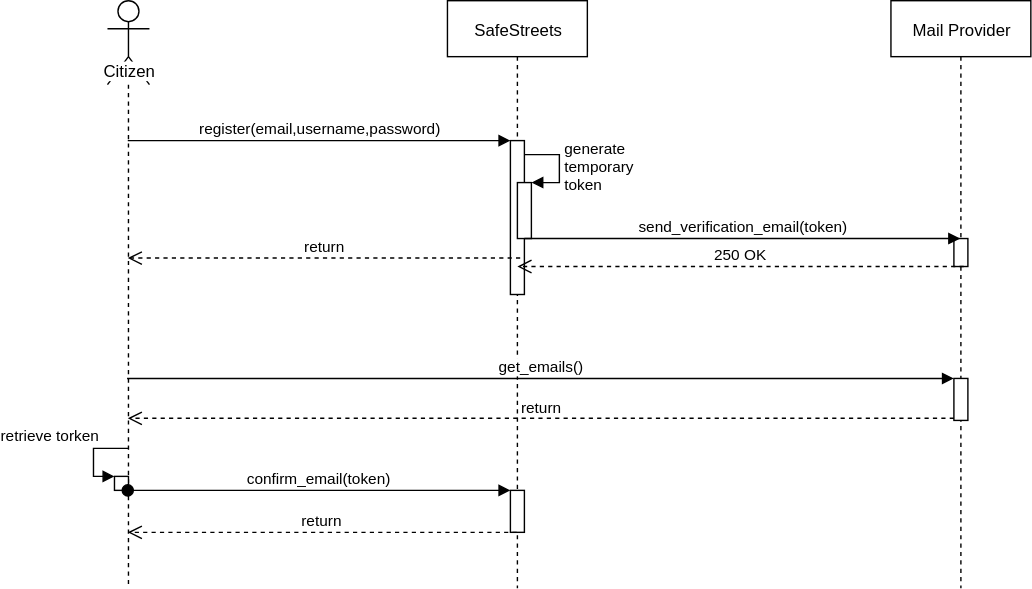
University-Projects-Secco/RahbariSecco keeps this draw.io diagram as UML/Register_Citizen_Sequence_Diagram.svg. Above is the earlier version. Source tidied: cells renumbered, new cells last; positions are measured from the earlier drawing's top-left corner, leaving out a move shared by most shapes. The source it was exported from:
```xml
<mxGraphModel>
  <root>
    <mxCell id="0" />
    <mxCell id="1" parent="0" />
    <mxCell id="2" value="SafeStreets" style="shape=umlLifeline;perimeter=lifelinePerimeter;whiteSpace=wrap;html=1;outlineConnect=0;" parent="1" vertex="1">
      <mxGeometry x="253" width="100" height="420" as="geometry" />
    </mxCell>
    <mxCell id="3" style="html=1;points=[];perimeter=orthogonalPerimeter;" parent="2" vertex="1">
      <mxGeometry x="45" y="100" width="10" height="110" as="geometry" />
    </mxCell>
    <mxCell id="4" style="html=1;points=[];perimeter=orthogonalPerimeter;" parent="2" vertex="1">
      <mxGeometry x="50" y="130" width="10" height="40" as="geometry" />
    </mxCell>
    <mxCell id="5" value="generate&lt;br&gt;temporary&lt;br&gt;token" style="edgeStyle=orthogonalEdgeStyle;html=1;align=left;spacingLeft=2;endArrow=block;rounded=0;entryX=1;entryY=0;" parent="2" edge="1" target="4">
      <mxGeometry relative="1" as="geometry">
        <mxPoint x="55" y="110" as="sourcePoint" />
        <Array as="points">
          <mxPoint x="80" y="110" />
        </Array>
      </mxGeometry>
    </mxCell>
    <mxCell id="6" style="html=1;points=[];perimeter=orthogonalPerimeter;" parent="2" vertex="1">
      <mxGeometry x="45" y="350" width="10" height="30" as="geometry" />
    </mxCell>
    <mxCell id="7" value="Mail Provider" style="shape=umlLifeline;perimeter=lifelinePerimeter;whiteSpace=wrap;html=1;outlineConnect=0;" parent="1" vertex="1">
      <mxGeometry x="570" width="100" height="420" as="geometry" />
    </mxCell>
    <mxCell id="8" style="html=1;points=[];perimeter=orthogonalPerimeter;" parent="7" vertex="1">
      <mxGeometry x="45" y="170" width="10" height="20" as="geometry" />
    </mxCell>
    <mxCell id="9" style="html=1;points=[];perimeter=orthogonalPerimeter;" parent="7" vertex="1">
      <mxGeometry x="45" y="270" width="10" height="30" as="geometry" />
    </mxCell>
    <mxCell id="10" value="Citizen" style="shape=umlLifeline;participant=umlActor;perimeter=lifelinePerimeter;whiteSpace=wrap;html=1;verticalAlign=top;spacingTop=36;labelBackgroundColor=#ffffff;outlineConnect=0;size=60;" parent="1" vertex="1">
      <mxGeometry x="10" width="30" height="420" as="geometry" />
    </mxCell>
    <mxCell id="11" style="html=1;points=[];perimeter=orthogonalPerimeter;" parent="10" vertex="1">
      <mxGeometry x="5" y="340" width="10" height="10" as="geometry" />
    </mxCell>
    <mxCell id="12" value="retrieve torken" style="edgeStyle=orthogonalEdgeStyle;html=1;align=left;spacingLeft=2;endArrow=block;rounded=0;entryX=0;entryY=0;entryDx=0;entryDy=0;entryPerimeter=0;" parent="10" edge="1" target="11">
      <mxGeometry x="-0.17" y="-71" relative="1" as="geometry">
        <mxPoint x="15" y="320" as="sourcePoint" />
        <Array as="points">
          <mxPoint x="-10" y="320" />
          <mxPoint x="-10" y="340" />
        </Array>
        <mxPoint x="1" y="-10" as="offset" />
      </mxGeometry>
    </mxCell>
    <mxCell id="13" value="register(email,username,password)" style="html=1;verticalAlign=bottom;endArrow=block;entryX=0;entryY=0;" parent="1" edge="1" source="10" target="3">
      <mxGeometry relative="1" as="geometry" />
    </mxCell>
    <mxCell id="14" value="return" style="html=1;verticalAlign=bottom;endArrow=open;dashed=1;endSize=8;" parent="1" edge="1" source="2" target="10">
      <mxGeometry relative="1" as="geometry">
        <Array as="points">
          <mxPoint x="160" y="380" />
        </Array>
      </mxGeometry>
    </mxCell>
    <mxCell id="15" value="send_verification_email(token)" style="html=1;verticalAlign=bottom;endArrow=block;exitX=0.5;exitY=1;exitDx=0;exitDy=0;exitPerimeter=0;" parent="1" edge="1" source="4" target="7">
      <mxGeometry relative="1" as="geometry" />
    </mxCell>
    <mxCell id="16" value="250 OK" style="html=1;verticalAlign=bottom;endArrow=open;dashed=1;endSize=8;exitX=0.7;exitY=1;exitDx=0;exitDy=0;exitPerimeter=0;" parent="1" edge="1" source="8">
      <mxGeometry relative="1" as="geometry">
        <mxPoint x="303" y="190" as="targetPoint" />
      </mxGeometry>
    </mxCell>
    <mxCell id="17" value="get_emails()" style="html=1;verticalAlign=bottom;endArrow=block;entryX=0;entryY=0;" parent="1" edge="1" target="9">
      <mxGeometry relative="1" as="geometry">
        <mxPoint x="24" y="270" as="sourcePoint" />
      </mxGeometry>
    </mxCell>
    <mxCell id="18" value="return" style="html=1;verticalAlign=bottom;endArrow=open;dashed=1;endSize=8;exitX=0;exitY=0.95;" parent="1" edge="1" source="9" target="10">
      <mxGeometry relative="1" as="geometry" />
    </mxCell>
    <mxCell id="19" value="confirm_email(token)" style="html=1;verticalAlign=bottom;startArrow=oval;endArrow=block;startSize=8;" parent="1" edge="1" source="10" target="6">
      <mxGeometry relative="1" as="geometry" />
    </mxCell>
    <mxCell id="20" value="return" style="html=1;verticalAlign=bottom;endArrow=open;dashed=1;endSize=8;exitX=0.52;exitY=0.438;exitDx=0;exitDy=0;exitPerimeter=0;" parent="1" edge="1" source="2" target="10">
      <mxGeometry relative="1" as="geometry" />
    </mxCell>
  </root>
</mxGraphModel>
```
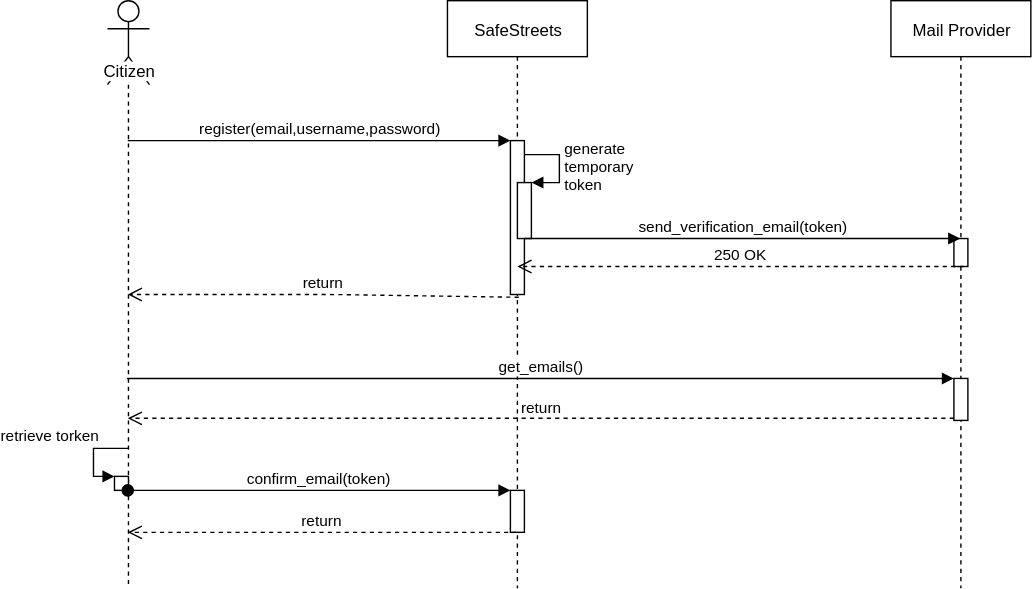
The same file after the commit.

Change to the diagram source:
```diff
@@ -76,8 +76,12 @@
     <mxCell id="19" value="confirm_email(token)" style="html=1;verticalAlign=bottom;startArrow=oval;endArrow=block;startSize=8;" parent="1" edge="1" source="10" target="6">
       <mxGeometry relative="1" as="geometry" />
     </mxCell>
-    <mxCell id="20" value="return" style="html=1;verticalAlign=bottom;endArrow=open;dashed=1;endSize=8;exitX=0.52;exitY=0.438;exitDx=0;exitDy=0;exitPerimeter=0;" parent="1" edge="1" source="2" target="10">
-      <mxGeometry relative="1" as="geometry" />
+    <mxCell id="20" value="return" style="html=1;verticalAlign=bottom;endArrow=open;dashed=1;endSize=8;exitX=0.6;exitY=1.018;exitDx=0;exitDy=0;exitPerimeter=0;" parent="1" edge="1" source="3" target="10">
+      <mxGeometry relative="1" as="geometry">
+        <Array as="points">
+          <mxPoint x="170" y="210" />
+        </Array>
+      </mxGeometry>
     </mxCell>
   </root>
 </mxGraphModel>
```
